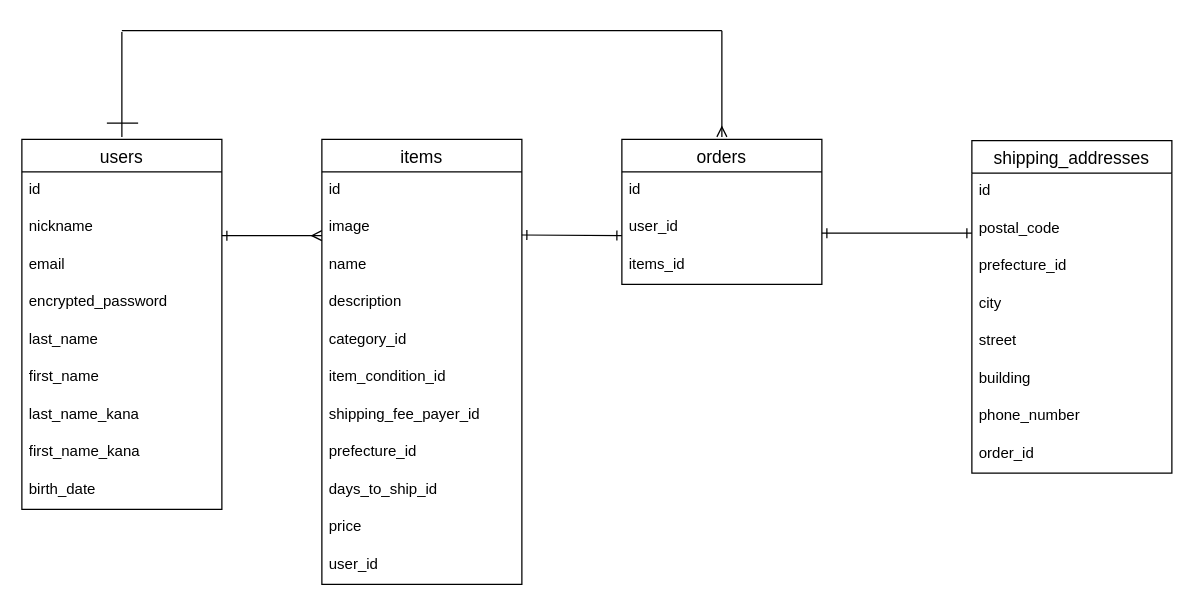
Earlier version of the draw.io diagram app/views/er.dio (Minimini55/furima-42535). Source tidied: cells renumbered, new cells numbered last; positions are measured from the earlier drawing's top-left corner, leaving out a move shared by most shapes. Both pictures are drawn from the tidied source at 125%, with x=0, y=0 at pixel (21, 24).
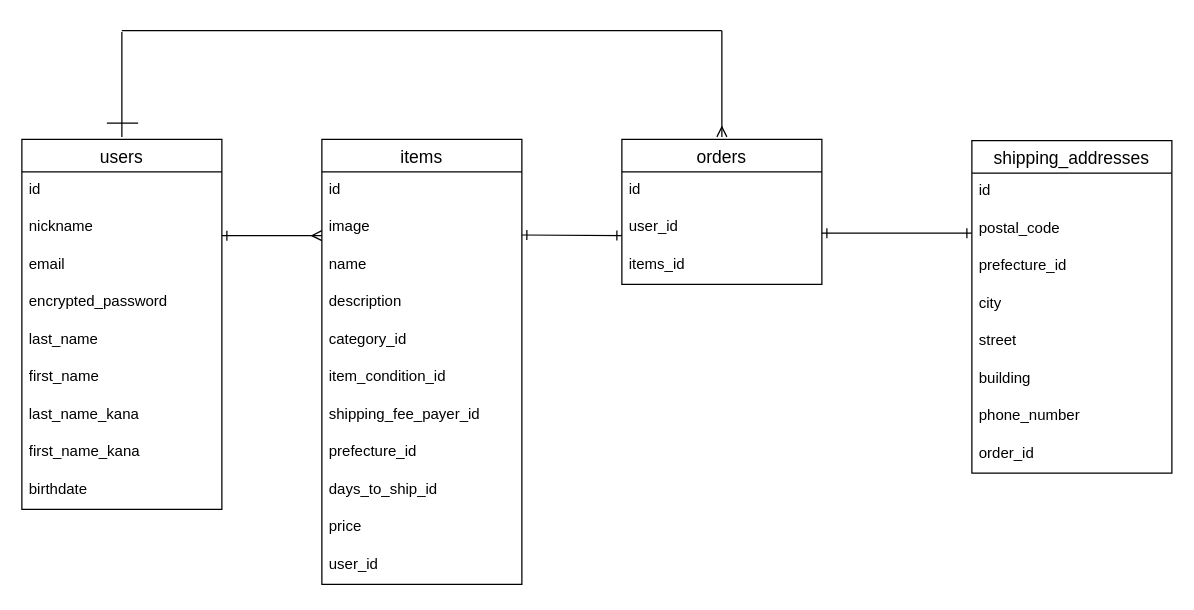
Above is the later version.

Unchanged cells that the change refers to:
```xml
<mxCell id="3" value="users" style="swimlane;fontStyle=0;horizontal=1;startSize=26;align=center;fontSize=14;" parent="1" vertex="1">
  <mxGeometry y="92" width="160" height="296" as="geometry" />
</mxCell>
```

The edit, as a diff of the source:
```diff
@@
-    <mxCell id="12" value="birth_date" style="text;strokeColor=none;fillColor=none;spacingLeft=4;spacingRight=4;overflow=hidden;fontSize=12;whiteSpace=wrap;html=1;" parent="3" vertex="1">
+    <mxCell id="12" value="birthdate" style="text;strokeColor=none;fillColor=none;spacingLeft=4;spacingRight=4;overflow=hidden;fontSize=12;whiteSpace=wrap;html=1;" parent="3" vertex="1">
       <mxGeometry y="266" width="160" height="30" as="geometry" />
     </mxCell>
```
